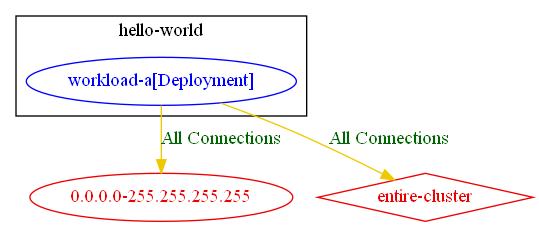
Before: test_outputs/connlist/exposure_test_allow_egress_deny_ingress_connlist_output.dot.png, a diagram exported from Graphviz (np-guard/netpol-analyzer). Its source is kept beside it as test_outputs/connlist/exposure_test_allow_egress_deny_ingress_connlist_output.dot.
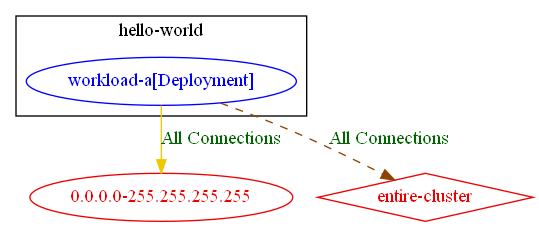
After the commit.

The edit, as a diff of the source:
```diff
@@ -8,5 +8,5 @@
 	"0.0.0.0-255.255.255.255" [label="0.0.0.0-255.255.255.255" color="red2" fontcolor="red2"]
 	"entire-cluster" [label="entire-cluster" color="red2" fontcolor="red2" shape=diamond]
 	"hello-world/workload-a[Deployment]" -> "0.0.0.0-255.255.255.255" [label="All Connections" color="gold2" fontcolor="darkgreen"]
-	"hello-world/workload-a[Deployment]" -> "entire-cluster" [label="All Connections" color="gold2" fontcolor="darkgreen" weight=0.5]
+	"hello-world/workload-a[Deployment]" -> "entire-cluster" [label="All Connections" color="darkorange4" fontcolor="darkgreen" weight=0.5 style=dashed]
 }
```
